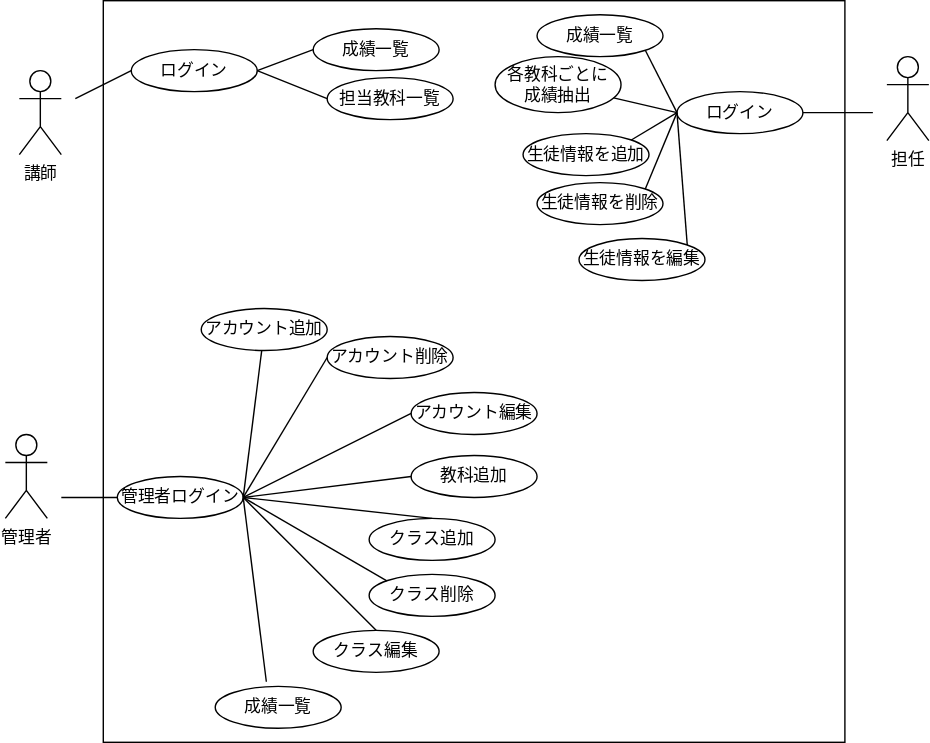
Above: a.drawio.svg in nakamachiJP/uml-introduction (draw.io), before the change. Source tidied: cells renumbered, new cells last; positions are measured from the earlier drawing's top-left corner, leaving out a move shared by most shapes.
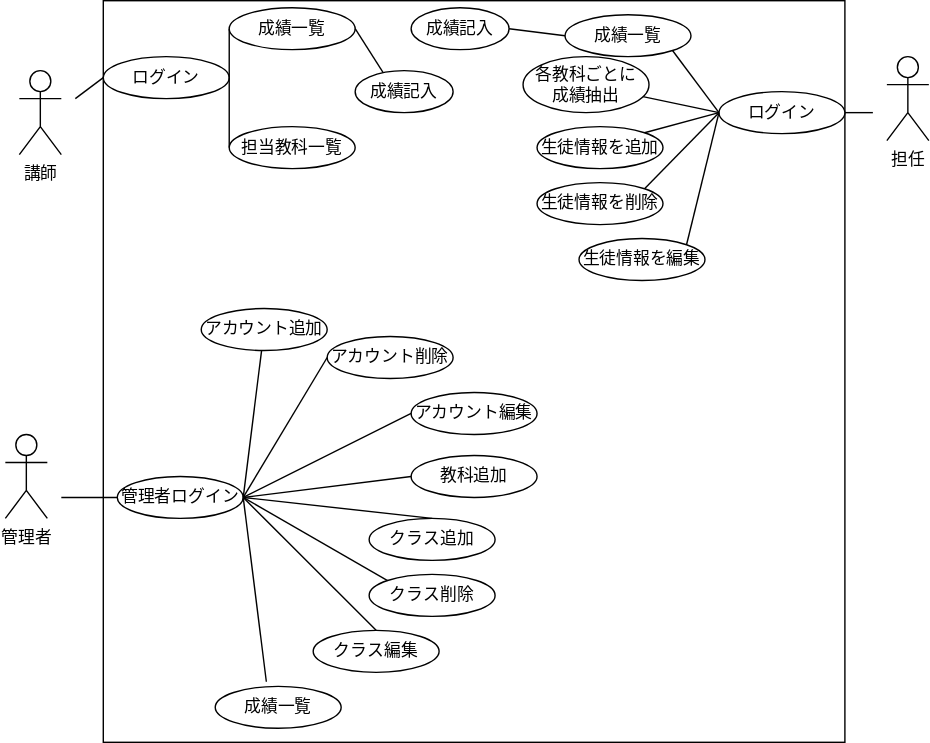
After the change.

Change to the diagram source:
```diff
@@ -12,7 +12,7 @@
       <mxGeometry x="70" width="530" height="530" as="geometry" />
     </mxCell>
     <mxCell id="5" value="ログイン" style="ellipse;whiteSpace=wrap;html=1;" parent="1" vertex="1">
-      <mxGeometry x="90" y="35" width="90" height="30" as="geometry" />
+      <mxGeometry x="70" y="40" width="90" height="30" as="geometry" />
     </mxCell>
     <mxCell id="6" value="担任" style="shape=umlActor;verticalLabelPosition=bottom;verticalAlign=top;html=1;" parent="1" vertex="1">
       <mxGeometry x="630" y="40" width="30" height="60" as="geometry" />
@@ -38,10 +38,10 @@
       <mxGeometry x="290" y="325" width="90" height="30" as="geometry" />
     </mxCell>
     <mxCell id="13" value="生徒情報を追加" style="ellipse;whiteSpace=wrap;html=1;" parent="1" vertex="1">
-      <mxGeometry x="370" y="95" width="90" height="30" as="geometry" />
+      <mxGeometry x="380" y="90" width="90" height="30" as="geometry" />
     </mxCell>
     <mxCell id="14" value="担当教科一覧" style="ellipse;whiteSpace=wrap;html=1;" parent="1" vertex="1">
-      <mxGeometry x="230" y="55" width="90" height="30" as="geometry" />
+      <mxGeometry x="160" y="90" width="90" height="30" as="geometry" />
     </mxCell>
     <mxCell id="15" style="endArrow=none;html=1;entryX=0;entryY=0.5;entryDx=0;entryDy=0;" parent="1" edge="1" target="5">
       <mxGeometry relative="1" as="geometry">
@@ -52,13 +52,13 @@
       <mxGeometry relative="1" as="geometry" />
     </mxCell>
     <mxCell id="17" value="ログイン" style="ellipse;whiteSpace=wrap;html=1;" parent="1" vertex="1">
-      <mxGeometry x="480" y="65" width="90" height="30" as="geometry" />
+      <mxGeometry x="510" y="65" width="90" height="30" as="geometry" />
     </mxCell>
     <mxCell id="18" value="成績一覧" style="ellipse;whiteSpace=wrap;html=1;" parent="1" vertex="1">
-      <mxGeometry x="380" y="10" width="90" height="30" as="geometry" />
+      <mxGeometry x="400" y="10" width="90" height="30" as="geometry" />
     </mxCell>
     <mxCell id="19" value="各教科ごとに&lt;br&gt;成績抽出" style="ellipse;whiteSpace=wrap;html=1;" parent="1" vertex="1">
-      <mxGeometry x="350" y="40" width="90" height="40" as="geometry" />
+      <mxGeometry x="370" y="40" width="90" height="40" as="geometry" />
     </mxCell>
     <mxCell id="20" style="endArrow=none;html=1;exitX=1;exitY=0.5;exitDx=0;exitDy=0;" parent="1" edge="1" source="17">
       <mxGeometry relative="1" as="geometry">
@@ -117,12 +117,10 @@
       <mxGeometry relative="1" as="geometry" />
     </mxCell>
     <mxCell id="38" value="成績一覧" style="ellipse;whiteSpace=wrap;html=1;" parent="1" vertex="1">
-      <mxGeometry x="220" y="20" width="90" height="30" as="geometry" />
+      <mxGeometry x="160" y="5" width="90" height="30" as="geometry" />
     </mxCell>
-    <mxCell id="39" style="endArrow=none;html=1;entryX=0;entryY=0.5;entryDx=0;entryDy=0;" parent="1" edge="1" target="38">
-      <mxGeometry relative="1" as="geometry">
-        <mxPoint x="180" y="50" as="sourcePoint" />
-      </mxGeometry>
+    <mxCell id="39" style="endArrow=none;html=1;entryX=0;entryY=0.5;entryDx=0;entryDy=0;exitX=1;exitY=0.5;exitDx=0;exitDy=0;" parent="1" edge="1" source="5" target="38">
+      <mxGeometry relative="1" as="geometry" />
     </mxCell>
     <mxCell id="40" value="成績一覧" style="ellipse;whiteSpace=wrap;html=1;" parent="1" vertex="1">
       <mxGeometry x="150" y="490" width="90" height="30" as="geometry" />
@@ -130,5 +128,17 @@
     <mxCell id="41" style="endArrow=none;html=1;exitX=1;exitY=0.5;exitDx=0;exitDy=0;entryX=0.406;entryY=-0.11;entryDx=0;entryDy=0;entryPerimeter=0;" parent="1" edge="1" source="7" target="40">
       <mxGeometry relative="1" as="geometry" />
     </mxCell>
+    <mxCell id="42" value="成績記入" style="ellipse;whiteSpace=wrap;html=1;" parent="1" vertex="1">
+      <mxGeometry x="250" y="50" width="70" height="30" as="geometry" />
+    </mxCell>
+    <mxCell id="43" style="endArrow=none;html=1;exitX=1;exitY=0.5;exitDx=0;exitDy=0;entryX=0.286;entryY=0.044;entryDx=0;entryDy=0;entryPerimeter=0;" parent="1" edge="1" source="38" target="42">
+      <mxGeometry relative="1" as="geometry" />
+    </mxCell>
+    <mxCell id="44" value="成績記入" style="ellipse;whiteSpace=wrap;html=1;" parent="1" vertex="1">
+      <mxGeometry x="290" y="5" width="70" height="30" as="geometry" />
+    </mxCell>
+    <mxCell id="45" style="endArrow=none;html=1;exitX=1;exitY=0.5;exitDx=0;exitDy=0;entryX=0;entryY=0.5;entryDx=0;entryDy=0;" parent="1" edge="1" source="44" target="18">
+      <mxGeometry relative="1" as="geometry" />
+    </mxCell>
   </root>
 </mxGraphModel>
```
